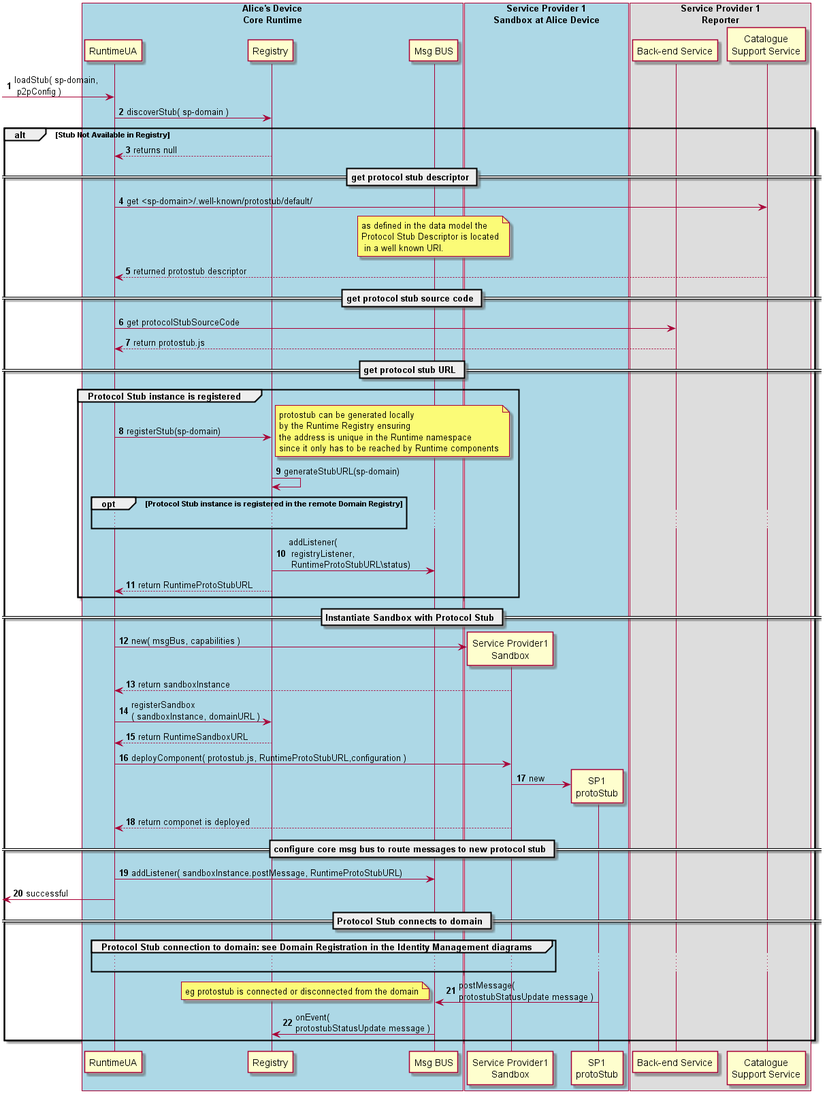
Above: dynamic-view/basics/deploy-protostub.png in reTHINK-project/specs (PlantUML), before the change. Its source is kept beside it as dynamic-view/basics/deploy-protostub.plantuml.
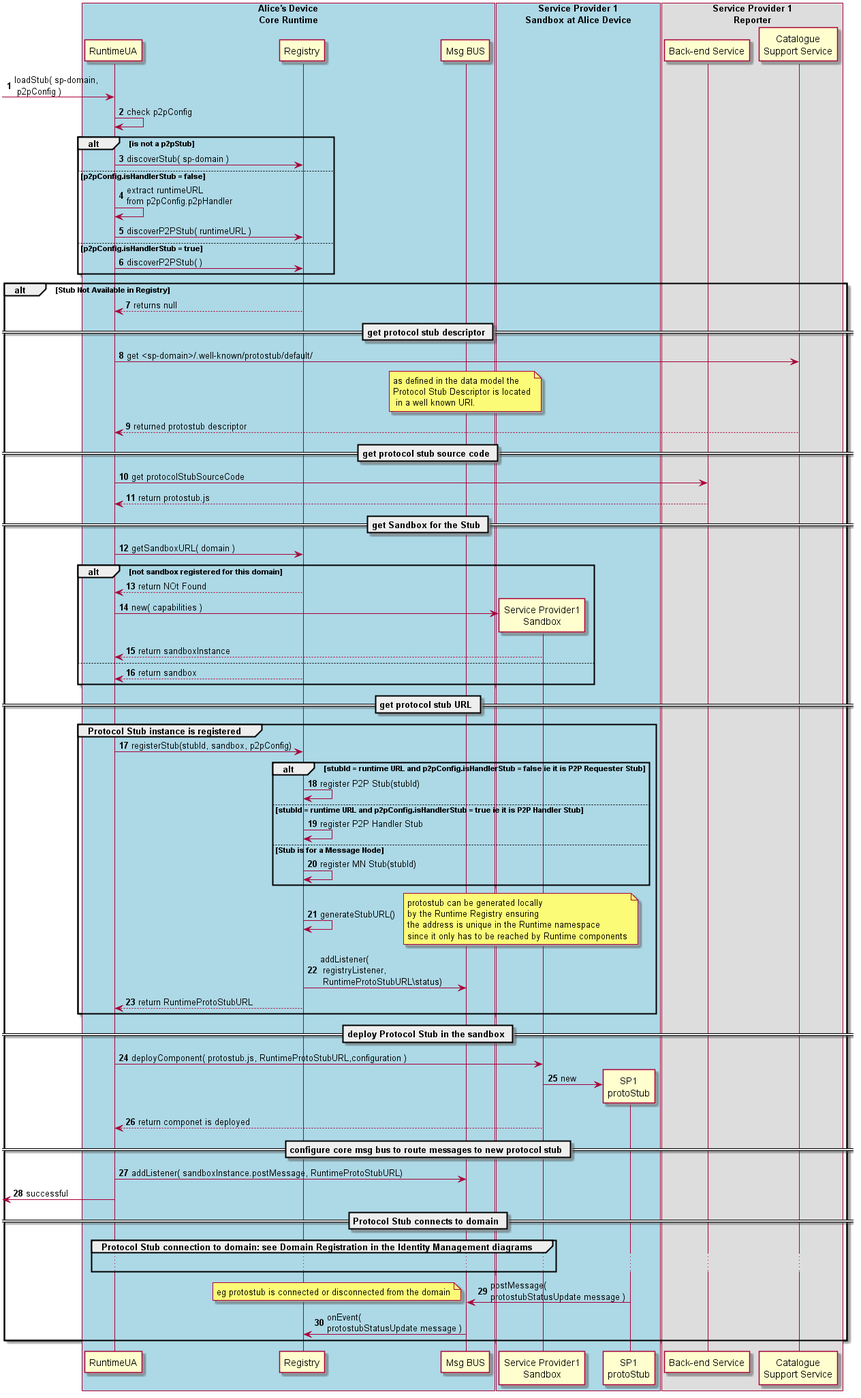
The same diagram one commit later.

Commit message:
deploy runtime, deploy runtime and routing address resolution updated according to feedback from implementation

Diff of the diagram source:
```diff
@@ -21,7 +21,17 @@
 
 -> RunUA@A : loadStub( sp-domain,\n p2pConfig )
 
-RunUA@A -> RunReg@A : discoverStub( sp-domain )
+RunUA@A -> RunUA@A : check p2pConfig
+
+alt is not a p2pStub
+	RunUA@A -> RunReg@A : discoverStub( sp-domain )
+else p2pConfig.isHandlerStub = false
+
+	RunUA@A -> RunUA@A : extract runtimeURL \nfrom p2pConfig.p2pHandler
+	RunUA@A -> RunReg@A : discoverP2PStub( runtimeURL )
+else p2pConfig.isHandlerStub = true
+	RunUA@A -> RunReg@A : discoverP2PStub( )
+end
 
 alt Stub Not Available in Registry
 
@@ -46,10 +56,40 @@
 
 	RunUA@A <-- SP1 : return protostub.js
 
+  == get Sandbox for the Stub ==
+
+	RunUA@A -> RunReg@A : getSandboxURL( domain )
+
+
+	alt not sandbox registered for this domain
+
+		RunUA@A <-- RunReg@A : return NOt Found
+
+		create Sand1@A
+		RunUA@A -> Sand1@A : new( capabilities )
+
+		RunUA@A <-- Sand1@A : return sandboxInstance
+
+	else
+		RunUA@A <-- RunReg@A : return sandbox
+
+	end
+
+
 	== get protocol stub URL ==
 
 	group Protocol Stub instance is registered
-		RunUA@A -> RunReg@A : registerStub(sp-domain)
+		RunUA@A -> RunReg@A : registerStub(stubId, sandbox, p2pConfig)
+
+		alt stubId = runtime URL and p2pConfig.isHandlerStub = false ie it is P2P Requester Stub
+			RunReg@A -> RunReg@A : register P2P Stub(stubId)
+		else stubId = runtime URL and p2pConfig.isHandlerStub = true ie it is P2P Handler Stub
+			RunReg@A -> RunReg@A : register P2P Handler Stub
+		else Stub is for a Message Node
+			RunReg@A -> RunReg@A : register MN Stub(stubId)
+		end
+
+		RunReg@A -> RunReg@A : generateStubURL()
 
 		note right
 			protostub can be generated locally
@@ -58,27 +98,13 @@
 			since it only has to be reached by Runtime components
 		end note
 
-		RunReg@A -> RunReg@A : generateStubURL(sp-domain)
-
-		opt Protocol Stub instance is registered in the remote Domain Registry
-		...
-		end
-
 		RunReg@A -> BUS@A : addListener(\n registryListener,\n RuntimeProtoStubURL\status)
 
 		RunUA@A <-- RunReg@A : return RuntimeProtoStubURL
 	end
 
-== Instantiate Sandbox with Protocol Stub ==
+== deploy Protocol Stub in the sandbox ==
 
-	create Sand1@A
-	RunUA@A -> Sand1@A : new( msgBus, capabilities )
-
-	RunUA@A <-- Sand1@A : return sandboxInstance
-
-	RunUA@A -> RunReg@A : registerSandbox\n( sandboxInstance, domainURL )
-
-	RunUA@A <-- RunReg@A : return RuntimeSandboxURL
 
 	RunUA@A -> Sand1@A : deployComponent( protostub.js, RuntimeProtoStubURL,configuration )
 
```
